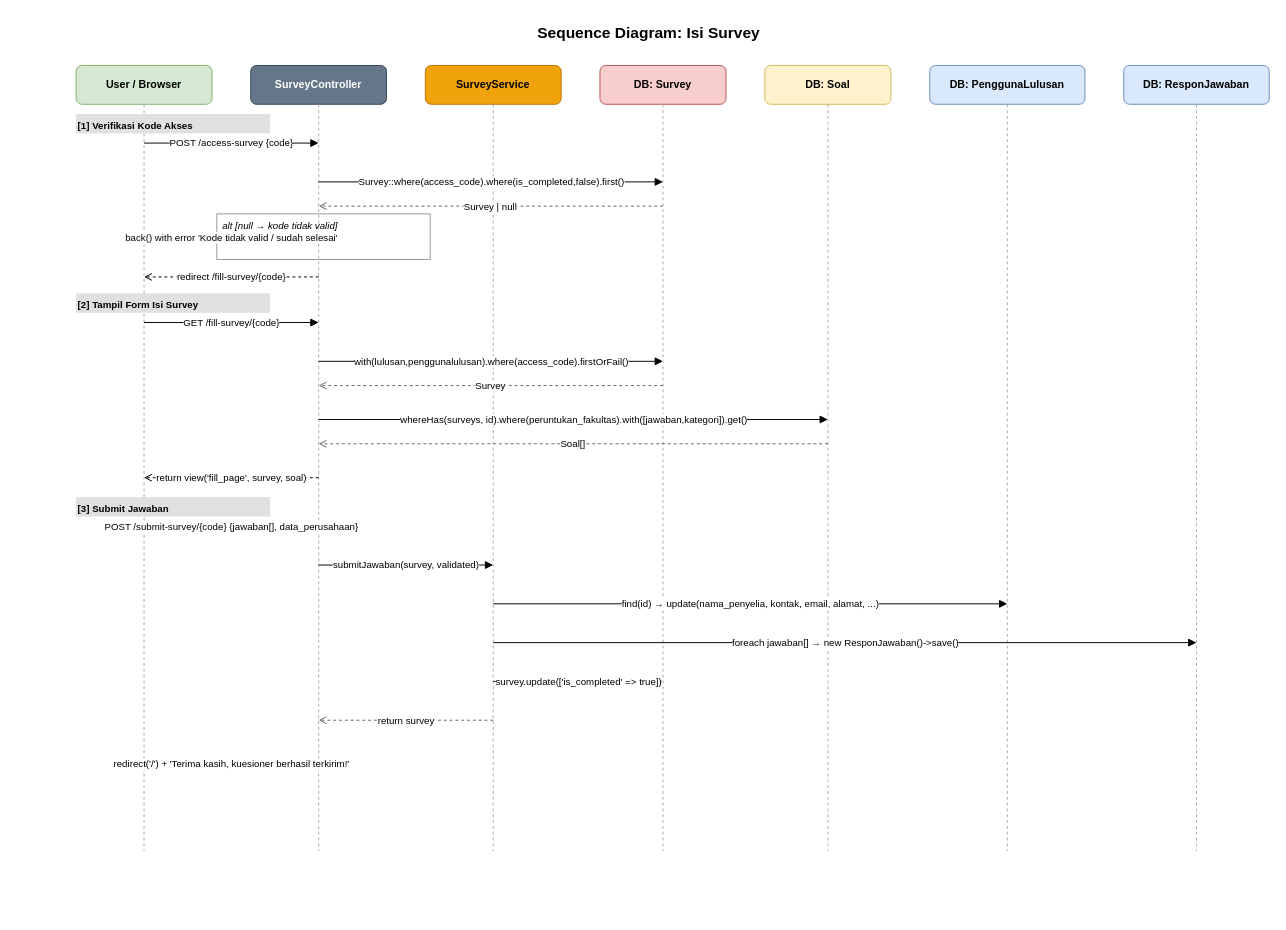
Earlier version of the draw.io diagram page "SD - Pengisian Survey" (2 of 5) of class-diagram.drawio (davidjuliussanjaya/spl). Source tidied: cells renumbered, new cells numbered last; positions are measured from the earlier drawing's top-left corner, leaving out a move shared by most shapes. Both pictures are drawn from the tidied source at 97%, with x=0, y=0 at pixel (76, 16).
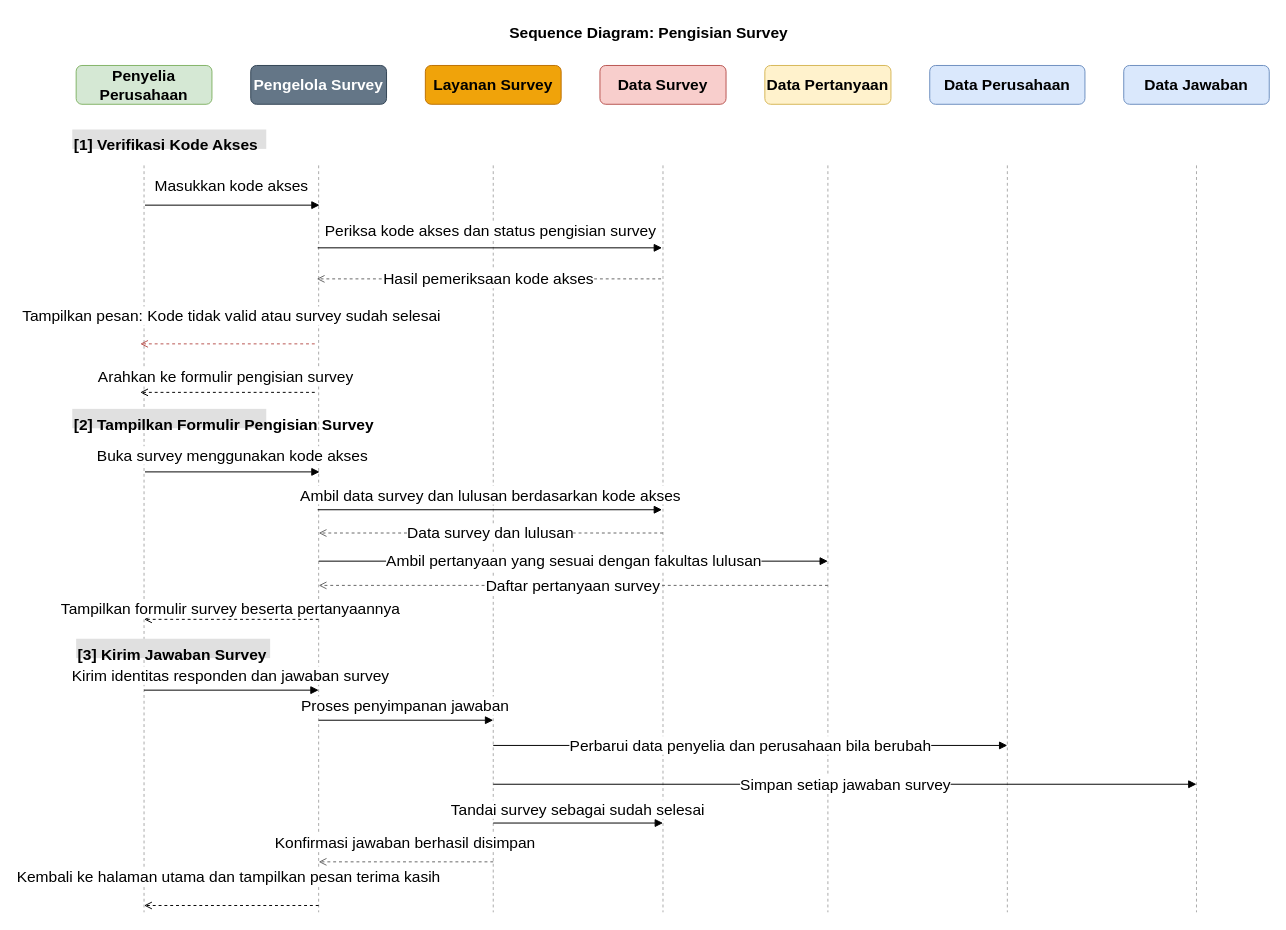
Above is the later version.

What changed in the source:
```diff
@@
-    <mxCell id="2" value="Sequence Diagram: Isi Survey" style="text;html=1;strokeColor=none;fillColor=none;align=center;fontSize=16;fontStyle=1;" parent="1" vertex="1">
+    <mxCell id="2" value="Sequence Diagram: Pengisian Survey" style="text;html=1;strokeColor=none;fillColor=none;align=center;fontSize=16;fontStyle=1;" parent="1" vertex="1">
       <mxGeometry x="340" width="500" height="30" as="geometry" />
     </mxCell>
-    <mxCell id="3" value="User / Browser" style="rounded=1;whiteSpace=wrap;html=1;fillColor=#d5e8d4;strokeColor=#82b366;fontStyle=1;fontSize=11;" parent="1" vertex="1">
+    <mxCell id="3" value="Penyelia Perusahaan" style="rounded=1;whiteSpace=wrap;html=1;fillColor=#d5e8d4;strokeColor=#82b366;fontStyle=1;fontSize=16;" parent="1" vertex="1">
       <mxGeometry y="50" width="140" height="40" as="geometry" />
     </mxCell>
-    <mxCell id="4" value="SurveyController" style="rounded=1;whiteSpace=wrap;html=1;fillColor=#647687;fontColor=#ffffff;strokeColor=#314354;fontStyle=1;fontSize=11;" parent="1" vertex="1">
+    <mxCell id="4" value="Pengelola Survey" style="rounded=1;whiteSpace=wrap;html=1;fillColor=#647687;fontColor=#ffffff;strokeColor=#314354;fontStyle=1;fontSize=16;" parent="1" vertex="1">
       <mxGeometry x="180" y="50" width="140" height="40" as="geometry" />
     </mxCell>
-    <mxCell id="5" value="SurveyService" style="rounded=1;whiteSpace=wrap;html=1;fillColor=#f0a30a;fontColor=#000000;strokeColor=#BD7000;fontStyle=1;fontSize=11;" parent="1" vertex="1">
+    <mxCell id="5" value="Layanan Survey" style="rounded=1;whiteSpace=wrap;html=1;fillColor=#f0a30a;fontColor=#000000;strokeColor=#BD7000;fontStyle=1;fontSize=16;" parent="1" vertex="1">
       <mxGeometry x="360" y="50" width="140" height="40" as="geometry" />
     </mxCell>
-    <mxCell id="6" value="DB: Survey" style="rounded=1;whiteSpace=wrap;html=1;fillColor=#f8cecc;strokeColor=#b85450;fontStyle=1;fontSize=11;" parent="1" vertex="1">
+    <mxCell id="6" value="Data Survey" style="rounded=1;whiteSpace=wrap;html=1;fillColor=#f8cecc;strokeColor=#b85450;fontStyle=1;fontSize=16;" parent="1" vertex="1">
       <mxGeometry x="540" y="50" width="130" height="40" as="geometry" />
     </mxCell>
-    <mxCell id="7" value="DB: Soal" style="rounded=1;whiteSpace=wrap;html=1;fillColor=#fff2cc;strokeColor=#d6b656;fontStyle=1;fontSize=11;" parent="1" vertex="1">
+    <mxCell id="7" value="Data Pertanyaan" style="rounded=1;whiteSpace=wrap;html=1;fillColor=#fff2cc;strokeColor=#d6b656;fontStyle=1;fontSize=16;" parent="1" vertex="1">
       <mxGeometry x="710" y="50" width="130" height="40" as="geometry" />
     </mxCell>
-    <mxCell id="8" value="DB: PenggunaLulusan" style="rounded=1;whiteSpace=wrap;html=1;fillColor=#dae8fc;strokeColor=#6c8ebf;fontStyle=1;fontSize=11;" parent="1" vertex="1">
+    <mxCell id="8" value="Data Perusahaan" style="rounded=1;whiteSpace=wrap;html=1;fillColor=#dae8fc;strokeColor=#6c8ebf;fontStyle=1;fontSize=16;" parent="1" vertex="1">
       <mxGeometry x="880" y="50" width="160" height="40" as="geometry" />
     </mxCell>
-    <mxCell id="9" value="DB: ResponJawaban" style="rounded=1;whiteSpace=wrap;html=1;fillColor=#dae8fc;strokeColor=#6c8ebf;fontStyle=1;fontSize=11;" parent="1" vertex="1">
+    <mxCell id="9" value="Data Jawaban" style="rounded=1;whiteSpace=wrap;html=1;fillColor=#dae8fc;strokeColor=#6c8ebf;fontStyle=1;fontSize=16;" parent="1" vertex="1">
       <mxGeometry x="1080" y="50" width="150" height="40" as="geometry" />
     </mxCell>
-    <mxCell id="10" style="endArrow=none;dashed=1;html=1;strokeColor=#aaaaaa;" parent="1" edge="1">
+    <mxCell id="10" style="endArrow=none;dashed=1;html=1;strokeColor=#aaaaaa;fontSize=16;" parent="1" edge="1">
       <mxGeometry relative="1" as="geometry">
-        <mxPoint x="70" y="90" as="sourcePoint" />
-        <mxPoint x="70" y="860" as="targetPoint" />
+        <mxPoint x="70" y="153" as="sourcePoint" />
+        <mxPoint x="70" y="923" as="targetPoint" />
       </mxGeometry>
     </mxCell>
-    <mxCell id="11" style="endArrow=none;dashed=1;html=1;strokeColor=#aaaaaa;" parent="1" edge="1">
+    <mxCell id="11" style="endArrow=none;dashed=1;html=1;strokeColor=#aaaaaa;fontSize=16;" parent="1" edge="1">
       <mxGeometry relative="1" as="geometry">
-        <mxPoint x="250" y="90" as="sourcePoint" />
-        <mxPoint x="250" y="860" as="targetPoint" />
+        <mxPoint x="250" y="153" as="sourcePoint" />
+        <mxPoint x="250" y="923" as="targetPoint" />
       </mxGeometry>
     </mxCell>
-    <mxCell id="12" style="endArrow=none;dashed=1;html=1;strokeColor=#aaaaaa;" parent="1" edge="1">
+    <mxCell id="12" style="endArrow=none;dashed=1;html=1;strokeColor=#aaaaaa;fontSize=16;" parent="1" edge="1">
       <mxGeometry relative="1" as="geometry">
-        <mxPoint x="430" y="90" as="sourcePoint" />
-        <mxPoint x="430" y="860" as="targetPoint" />
+        <mxPoint x="430" y="153" as="sourcePoint" />
+        <mxPoint x="430" y="923" as="targetPoint" />
       </mxGeometry>
     </mxCell>
-    <mxCell id="13" style="endArrow=none;dashed=1;html=1;strokeColor=#aaaaaa;" parent="1" edge="1">
+    <mxCell id="13" style="endArrow=none;dashed=1;html=1;strokeColor=#aaaaaa;fontSize=16;" parent="1" edge="1">
       <mxGeometry relative="1" as="geometry">
-        <mxPoint x="605" y="90" as="sourcePoint" />
-        <mxPoint x="605" y="860" as="targetPoint" />
+        <mxPoint x="605" y="153" as="sourcePoint" />
+        <mxPoint x="605" y="923" as="targetPoint" />
       </mxGeometry>
     </mxCell>
-    <mxCell id="14" style="endArrow=none;dashed=1;html=1;strokeColor=#aaaaaa;" parent="1" edge="1">
+    <mxCell id="14" style="endArrow=none;dashed=1;html=1;strokeColor=#aaaaaa;fontSize=16;" parent="1" edge="1">
       <mxGeometry relative="1" as="geometry">
-        <mxPoint x="775" y="90" as="sourcePoint" />
-        <mxPoint x="775" y="860" as="targetPoint" />
+        <mxPoint x="775" y="153" as="sourcePoint" />
+        <mxPoint x="775" y="923" as="targetPoint" />
       </mxGeometry>
     </mxCell>
-    <mxCell id="15" style="endArrow=none;dashed=1;html=1;strokeColor=#aaaaaa;" parent="1" edge="1">
+    <mxCell id="15" style="endArrow=none;dashed=1;html=1;strokeColor=#aaaaaa;fontSize=16;" parent="1" edge="1">
       <mxGeometry relative="1" as="geometry">
-        <mxPoint x="960" y="90" as="sourcePoint" />
-        <mxPoint x="960" y="860" as="targetPoint" />
+        <mxPoint x="960" y="153" as="sourcePoint" />
+        <mxPoint x="960" y="923" as="targetPoint" />
       </mxGeometry>
     </mxCell>
-    <mxCell id="16" style="endArrow=none;dashed=1;html=1;strokeColor=#aaaaaa;" parent="1" edge="1">
+    <mxCell id="16" style="endArrow=none;dashed=1;html=1;strokeColor=#aaaaaa;fontSize=16;" parent="1" edge="1">
       <mxGeometry relative="1" as="geometry">
-        <mxPoint x="1155" y="90" as="sourcePoint" />
-        <mxPoint x="1155" y="860" as="targetPoint" />
+        <mxPoint x="1155" y="153" as="sourcePoint" />
+        <mxPoint x="1155" y="923" as="targetPoint" />
       </mxGeometry>
     </mxCell>
-    <mxCell id="17" value="[1] Verifikasi Kode Akses" style="text;html=1;strokeColor=none;fillColor=#e0e0e0;fontStyle=1;fontSize=10;align=left;" parent="1" vertex="1">
-      <mxGeometry y="100" width="200" height="20" as="geometry" />
+    <mxCell id="17" value="[1] Verifikasi Kode Akses" style="text;html=1;strokeColor=none;fillColor=#e0e0e0;fontStyle=1;fontSize=16;align=left;" parent="1" vertex="1">
+      <mxGeometry x="-4" y="116" width="200" height="20" as="geometry" />
     </mxCell>
-    <mxCell id="18" value="POST /access-survey {code}" style="endArrow=block;endFill=1;fontSize=10;html=1;" parent="1" edge="1">
-      <mxGeometry relative="1" as="geometry">
-        <mxPoint x="70" y="130" as="sourcePoint" />
-        <mxPoint x="250" y="130" as="targetPoint" />
+    <mxCell id="18" value="Masukkan kode akses" style="endArrow=block;endFill=1;fontSize=16;html=1;" parent="1" edge="1">
+      <mxGeometry x="-0.01" y="20" relative="1" as="geometry">
+        <mxPoint x="71" y="194" as="sourcePoint" />
+        <mxPoint x="251" y="194" as="targetPoint" />
       </mxGeometry>
     </mxCell>
-    <mxCell id="19" value="Survey::where(access_code).where(is_completed,false).first()" style="endArrow=block;endFill=1;fontSize=10;html=1;" parent="1" edge="1">
-      <mxGeometry relative="1" as="geometry">
-        <mxPoint x="250" y="170" as="sourcePoint" />
-        <mxPoint x="605" y="170" as="targetPoint" />
+    <mxCell id="19" value="Periksa kode akses dan status pengisian survey" style="endArrow=block;endFill=1;fontSize=16;html=1;" parent="1" edge="1">
+      <mxGeometry y="18" relative="1" as="geometry">
+        <mxPoint x="249" y="238" as="sourcePoint" />
+        <mxPoint x="604" y="238" as="targetPoint" />
       </mxGeometry>
     </mxCell>
-    <mxCell id="20" value="Survey | null" style="endArrow=open;endFill=0;dashed=1;fontSize=10;html=1;strokeColor=#666666;" parent="1" edge="1">
+    <mxCell id="20" value="Hasil pemeriksaan kode akses" style="endArrow=open;endFill=0;dashed=1;fontSize=16;html=1;strokeColor=#666666;" parent="1" edge="1">
       <mxGeometry relative="1" as="geometry">
-        <mxPoint x="605" y="195" as="sourcePoint" />
-        <mxPoint x="250" y="195" as="targetPoint" />
+        <mxPoint x="603" y="270" as="sourcePoint" />
+        <mxPoint x="248" y="270" as="targetPoint" />
       </mxGeometry>
     </mxCell>
-    <mxCell id="21" value="alt  [null → kode tidak valid]" style="rounded=0;whiteSpace=wrap;html=1;fillColor=none;strokeColor=#999999;verticalAlign=top;align=left;spacingLeft=4;fontSize=10;fontStyle=2;" parent="1" vertex="1">
-      <mxGeometry x="145" y="203" width="220" height="47" as="geometry" />
-    </mxCell>
-    <mxCell id="22" value="back() with error 'Kode tidak valid / sudah selesai'" style="endArrow=open;endFill=0;dashed=1;fontSize=10;html=1;strokeColor=#b85450;" parent="1" edge="1">
-      <mxGeometry relative="1" as="geometry">
-        <mxPoint x="250" y="227" as="sourcePoint" />
-        <mxPoint x="70" y="227" as="targetPoint" />
+    <mxCell id="22" value="Tampilkan pesan: Kode tidak valid atau survey sudah selesai" style="endArrow=open;endFill=0;dashed=1;fontSize=16;html=1;strokeColor=#b85450;align=center;" parent="1" edge="1">
+      <mxGeometry x="-0.04" y="-29" relative="1" as="geometry">
+        <mxPoint x="246" y="337" as="sourcePoint" />
+        <mxPoint x="66" y="337" as="targetPoint" />
       </mxGeometry>
     </mxCell>
-    <mxCell id="23" value="redirect /fill-survey/{code}" style="endArrow=open;endFill=0;dashed=1;fontSize=10;html=1;" parent="1" edge="1">
-      <mxGeometry relative="1" as="geometry">
-        <mxPoint x="250" y="268" as="sourcePoint" />
-        <mxPoint x="70" y="268" as="targetPoint" />
+    <mxCell id="23" value="Arahkan ke formulir pengisian survey" style="endArrow=open;endFill=0;dashed=1;fontSize=16;html=1;" parent="1" edge="1">
+      <mxGeometry x="0.02" y="-16" relative="1" as="geometry">
+        <mxPoint x="246" y="387" as="sourcePoint" />
+        <mxPoint x="66" y="387" as="targetPoint" />
       </mxGeometry>
     </mxCell>
-    <mxCell id="24" value="[2] Tampil Form Isi Survey" style="text;html=1;strokeColor=none;fillColor=#e0e0e0;fontStyle=1;fontSize=10;align=left;" parent="1" vertex="1">
-      <mxGeometry y="285" width="200" height="20" as="geometry" />
+    <mxCell id="24" value="[2] Tampilkan Formulir Pengisian Survey" style="text;html=1;strokeColor=none;fillColor=#e0e0e0;fontStyle=1;fontSize=16;align=left;" parent="1" vertex="1">
+      <mxGeometry x="-4" y="404" width="200" height="20" as="geometry" />
     </mxCell>
-    <mxCell id="25" value="GET /fill-survey/{code}" style="endArrow=block;endFill=1;fontSize=10;html=1;" parent="1" edge="1">
-      <mxGeometry relative="1" as="geometry">
-        <mxPoint x="70" y="315" as="sourcePoint" />
-        <mxPoint x="250" y="315" as="targetPoint" />
+    <mxCell id="25" value="Buka survey menggunakan kode akses" style="endArrow=block;endFill=1;fontSize=16;html=1;" parent="1" edge="1">
+      <mxGeometry y="17" relative="1" as="geometry">
+        <mxPoint x="71" y="469" as="sourcePoint" />
+        <mxPoint x="251" y="469" as="targetPoint" />
       </mxGeometry>
     </mxCell>
-    <mxCell id="26" value="with(lulusan,penggunalulusan).where(access_code).firstOrFail()" style="endArrow=block;endFill=1;fontSize=10;html=1;" parent="1" edge="1">
-      <mxGeometry relative="1" as="geometry">
-        <mxPoint x="250" y="355" as="sourcePoint" />
-        <mxPoint x="605" y="355" as="targetPoint" />
+    <mxCell id="26" value="Ambil data survey dan lulusan berdasarkan kode akses" style="endArrow=block;endFill=1;fontSize=16;html=1;" parent="1" edge="1">
+      <mxGeometry y="15" relative="1" as="geometry">
+        <mxPoint x="249" y="508" as="sourcePoint" />
+        <mxPoint x="604" y="508" as="targetPoint" />
       </mxGeometry>
     </mxCell>
-    <mxCell id="27" value="Survey" style="endArrow=open;endFill=0;dashed=1;fontSize=10;html=1;strokeColor=#666666;" parent="1" edge="1">
+    <mxCell id="27" value="Data survey dan lulusan" style="endArrow=open;endFill=0;dashed=1;fontSize=16;html=1;strokeColor=#666666;" parent="1" edge="1">
       <mxGeometry relative="1" as="geometry">
-        <mxPoint x="605" y="380" as="sourcePoint" />
-        <mxPoint x="250" y="380" as="targetPoint" />
+        <mxPoint x="605" y="532" as="sourcePoint" />
+        <mxPoint x="250" y="532" as="targetPoint" />
       </mxGeometry>
     </mxCell>
-    <mxCell id="28" value="whereHas(surveys, id).where(peruntukan_fakultas).with([jawaban,kategori]).get()" style="endArrow=block;endFill=1;fontSize=10;html=1;" parent="1" edge="1">
+    <mxCell id="28" value="Ambil pertanyaan yang sesuai dengan fakultas lulusan" style="endArrow=block;endFill=1;fontSize=16;html=1;" parent="1" edge="1">
       <mxGeometry relative="1" as="geometry">
-        <mxPoint x="250" y="415" as="sourcePoint" />
-        <mxPoint x="775" y="415" as="targetPoint" />
+        <mxPoint x="250" y="561" as="sourcePoint" />
+        <mxPoint x="775" y="561" as="targetPoint" />
       </mxGeometry>
     </mxCell>
-    <mxCell id="29" value="Soal[]" style="endArrow=open;endFill=0;dashed=1;fontSize=10;html=1;strokeColor=#666666;" parent="1" edge="1">
+    <mxCell id="29" value="Daftar pertanyaan survey" style="endArrow=open;endFill=0;dashed=1;fontSize=16;html=1;strokeColor=#666666;" parent="1" edge="1">
       <mxGeometry relative="1" as="geometry">
-        <mxPoint x="775" y="440" as="sourcePoint" />
-        <mxPoint x="250" y="440" as="targetPoint" />
+        <mxPoint x="775" y="586" as="sourcePoint" />
+        <mxPoint x="250" y="586" as="targetPoint" />
       </mxGeometry>
     </mxCell>
-    <mxCell id="30" value="return view('fill_page', survey, soal)" style="endArrow=open;endFill=0;dashed=1;fontSize=10;html=1;" parent="1" edge="1">
-      <mxGeometry relative="1" as="geometry">
-        <mxPoint x="250" y="475" as="sourcePoint" />
-        <mxPoint x="70" y="475" as="targetPoint" />
+    <mxCell id="30" value="Tampilkan formulir survey beserta pertanyaannya" style="endArrow=open;endFill=0;dashed=1;fontSize=16;html=1;" parent="1" edge="1">
+      <mxGeometry x="0.01" y="-11" relative="1" as="geometry">
+        <mxPoint x="250" y="621" as="sourcePoint" />
+        <mxPoint x="70" y="621" as="targetPoint" />
       </mxGeometry>
     </mxCell>
-    <mxCell id="31" value="[3] Submit Jawaban" style="text;html=1;strokeColor=none;fillColor=#e0e0e0;fontStyle=1;fontSize=10;align=left;" parent="1" vertex="1">
-      <mxGeometry y="495" width="200" height="20" as="geometry" />
+    <mxCell id="31" value="[3] Kirim Jawaban Survey" style="text;html=1;strokeColor=none;fillColor=#e0e0e0;fontStyle=1;fontSize=16;align=left;" parent="1" vertex="1">
+      <mxGeometry y="641" width="200" height="20" as="geometry" />
     </mxCell>
-    <mxCell id="32" value="POST /submit-survey/{code} {jawaban[], data_perusahaan}" style="endArrow=block;endFill=1;fontSize=10;html=1;" parent="1" edge="1">
-      <mxGeometry relative="1" as="geometry">
-        <mxPoint x="70" y="525" as="sourcePoint" />
-        <mxPoint x="250" y="525" as="targetPoint" />
+    <mxCell id="32" value="Kirim identitas responden dan jawaban survey" style="endArrow=block;endFill=1;fontSize=16;html=1;" parent="1" edge="1">
+      <mxGeometry x="-0.01" y="15" relative="1" as="geometry">
+        <mxPoint x="70" y="694" as="sourcePoint" />
+        <mxPoint x="250" y="694" as="targetPoint" />
       </mxGeometry>
     </mxCell>
-    <mxCell id="33" value="submitJawaban(survey, validated)" style="endArrow=block;endFill=1;fontSize=10;html=1;" parent="1" edge="1">
-      <mxGeometry relative="1" as="geometry">
-        <mxPoint x="250" y="565" as="sourcePoint" />
-        <mxPoint x="430" y="565" as="targetPoint" />
+    <mxCell id="33" value="Proses penyimpanan jawaban" style="endArrow=block;endFill=1;fontSize=16;html=1;" parent="1" edge="1">
+      <mxGeometry x="-0.01" y="15" relative="1" as="geometry">
+        <mxPoint x="250" y="725" as="sourcePoint" />
+        <mxPoint x="430" y="725" as="targetPoint" />
       </mxGeometry>
     </mxCell>
-    <mxCell id="34" value="find(id) → update(nama_penyelia, kontak, email, alamat, ...)" style="endArrow=block;endFill=1;fontSize=10;html=1;" parent="1" edge="1">
+    <mxCell id="34" value="Perbarui data penyelia dan perusahaan bila berubah" style="endArrow=block;endFill=1;fontSize=16;html=1;" parent="1" edge="1">
       <mxGeometry relative="1" as="geometry">
-        <mxPoint x="430" y="605" as="sourcePoint" />
-        <mxPoint x="960" y="605" as="targetPoint" />
+        <mxPoint x="430" y="751" as="sourcePoint" />
+        <mxPoint x="960" y="751" as="targetPoint" />
       </mxGeometry>
     </mxCell>
-    <mxCell id="35" value="foreach jawaban[] → new ResponJawaban()-&gt;save()" style="endArrow=block;endFill=1;fontSize=10;html=1;" parent="1" edge="1">
+    <mxCell id="35" value="Simpan setiap jawaban survey" style="endArrow=block;endFill=1;fontSize=16;html=1;" parent="1" edge="1">
       <mxGeometry relative="1" as="geometry">
-        <mxPoint x="430" y="645" as="sourcePoint" />
-        <mxPoint x="1155" y="645" as="targetPoint" />
+        <mxPoint x="430" y="791" as="sourcePoint" />
+        <mxPoint x="1155" y="791" as="targetPoint" />
       </mxGeometry>
     </mxCell>
-    <mxCell id="36" value="survey.update(['is_completed' =&gt; true])" style="endArrow=block;endFill=1;fontSize=10;html=1;" parent="1" edge="1">
-      <mxGeometry relative="1" as="geometry">
-        <mxPoint x="430" y="685" as="sourcePoint" />
-        <mxPoint x="605" y="685" as="targetPoint" />
+    <mxCell id="36" value="Tandai survey sebagai sudah selesai" style="endArrow=block;endFill=1;fontSize=16;html=1;" parent="1" edge="1">
+      <mxGeometry x="-0.01" y="14" relative="1" as="geometry">
+        <mxPoint x="430" y="831" as="sourcePoint" />
+        <mxPoint x="605" y="831" as="targetPoint" />
       </mxGeometry>
     </mxCell>
-    <mxCell id="37" value="return survey" style="endArrow=open;endFill=0;dashed=1;fontSize=10;html=1;strokeColor=#666666;" parent="1" edge="1">
-      <mxGeometry relative="1" as="geometry">
-        <mxPoint x="430" y="725" as="sourcePoint" />
-        <mxPoint x="250" y="725" as="targetPoint" />
+    <mxCell id="37" value="Konfirmasi jawaban berhasil disimpan" style="endArrow=open;endFill=0;dashed=1;fontSize=16;html=1;strokeColor=#666666;" parent="1" edge="1">
+      <mxGeometry x="0.01" y="-20" relative="1" as="geometry">
+        <mxPoint x="430" y="871" as="sourcePoint" />
+        <mxPoint x="250" y="871" as="targetPoint" />
       </mxGeometry>
     </mxCell>
-    <mxCell id="38" value="redirect('/') + 'Terima kasih, kuesioner berhasil terkirim!'" style="endArrow=open;endFill=0;dashed=1;fontSize=10;html=1;" parent="1" edge="1">
-      <mxGeometry relative="1" as="geometry">
-        <mxPoint x="250" y="770" as="sourcePoint" />
-        <mxPoint x="70" y="770" as="targetPoint" />
+    <mxCell id="38" value="Kembali ke halaman utama dan tampilkan pesan terima kasih" style="endArrow=open;endFill=0;dashed=1;fontSize=16;html=1;" parent="1" edge="1">
+      <mxGeometry x="0.03" y="-30" relative="1" as="geometry">
+        <mxPoint x="250" y="916" as="sourcePoint" />
+        <mxPoint x="70" y="916" as="targetPoint" />
       </mxGeometry>
     </mxCell>
```
